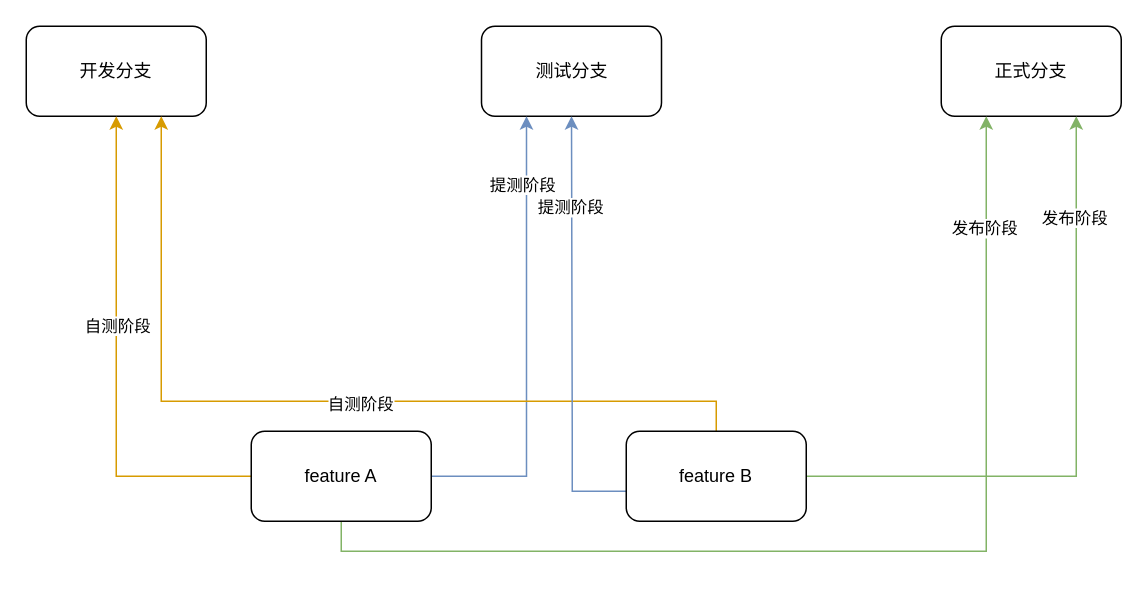
This is branch/multi-player-multi-module.drawio from cherubic/drawio, a draw.io file, before an edit. Source tidied: cells renumbered, new cells numbered last; positions are measured from the earlier drawing's top-left corner, leaving out a move shared by most shapes. Both pictures are drawn from the tidied source at 150%, with x=0, y=0 at pixel (26, 26).
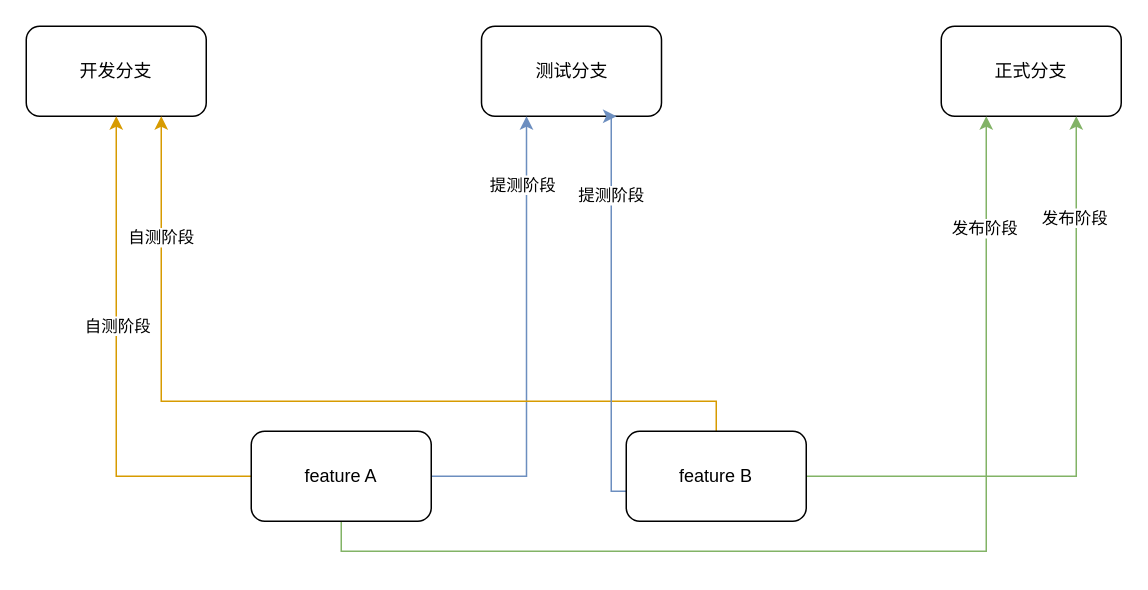
The same diagram, later.

Unchanged cells that the change refers to:
```xml
<mxCell id="3" value="测试分支" style="rounded=1;whiteSpace=wrap;html=1;" parent="1" vertex="1">
  <mxGeometry x="303.5" width="120" height="60" as="geometry" />
</mxCell>
<mxCell id="12" style="edgeStyle=orthogonalEdgeStyle;rounded=0;jettySize=auto;html=1;fillColor=#ffe6cc;strokeColor=#d79b00;" parent="1" edge="1" source="18">
  <mxGeometry relative="1" as="geometry">
    <mxPoint x="90" y="60" as="targetPoint" />
    <Array as="points">
      <mxPoint x="460" y="250" />
      <mxPoint x="90" y="250" />
      <mxPoint x="90" y="60" />
    </Array>
  </mxGeometry>
</mxCell>
<mxCell id="18" value="feature B" style="rounded=1;whiteSpace=wrap;html=1;" parent="1" vertex="1">
  <mxGeometry x="400" y="270" width="120" height="60" as="geometry" />
</mxCell>
```

Change to the diagram source:
```diff
@@
     <mxCell id="13" value="自测阶段" style="edgeLabel;html=1;align=center;verticalAlign=middle;" parent="12" vertex="1">
-      <mxGeometry x="-0.11" y="1" relative="1" as="geometry" />
+      <mxGeometry x="-0.11" y="1" relative="1" as="geometry">
+        <mxPoint x="-133" y="-111" as="offset" />
+      </mxGeometry>
     </mxCell>
-    <mxCell id="14" style="edgeStyle=orthogonalEdgeStyle;rounded=0;jettySize=auto;html=1;entryX=0.5;entryY=1;entryDx=0;entryDy=0;fillColor=#dae8fc;strokeColor=#6c8ebf;" parent="1" edge="1" source="18" target="3">
+    <mxCell id="14" style="edgeStyle=orthogonalEdgeStyle;rounded=0;jettySize=auto;html=1;entryX=0.75;entryY=1;entryDx=0;entryDy=0;fillColor=#dae8fc;strokeColor=#6c8ebf;" parent="1" edge="1" source="18" target="3">
       <mxGeometry relative="1" as="geometry">
         <Array as="points">
-          <mxPoint x="364" y="310" />
-          <mxPoint x="364" y="270" />
+          <mxPoint x="390" y="310" />
+          <mxPoint x="390" y="60" />
         </Array>
       </mxGeometry>
     </mxCell>
```
